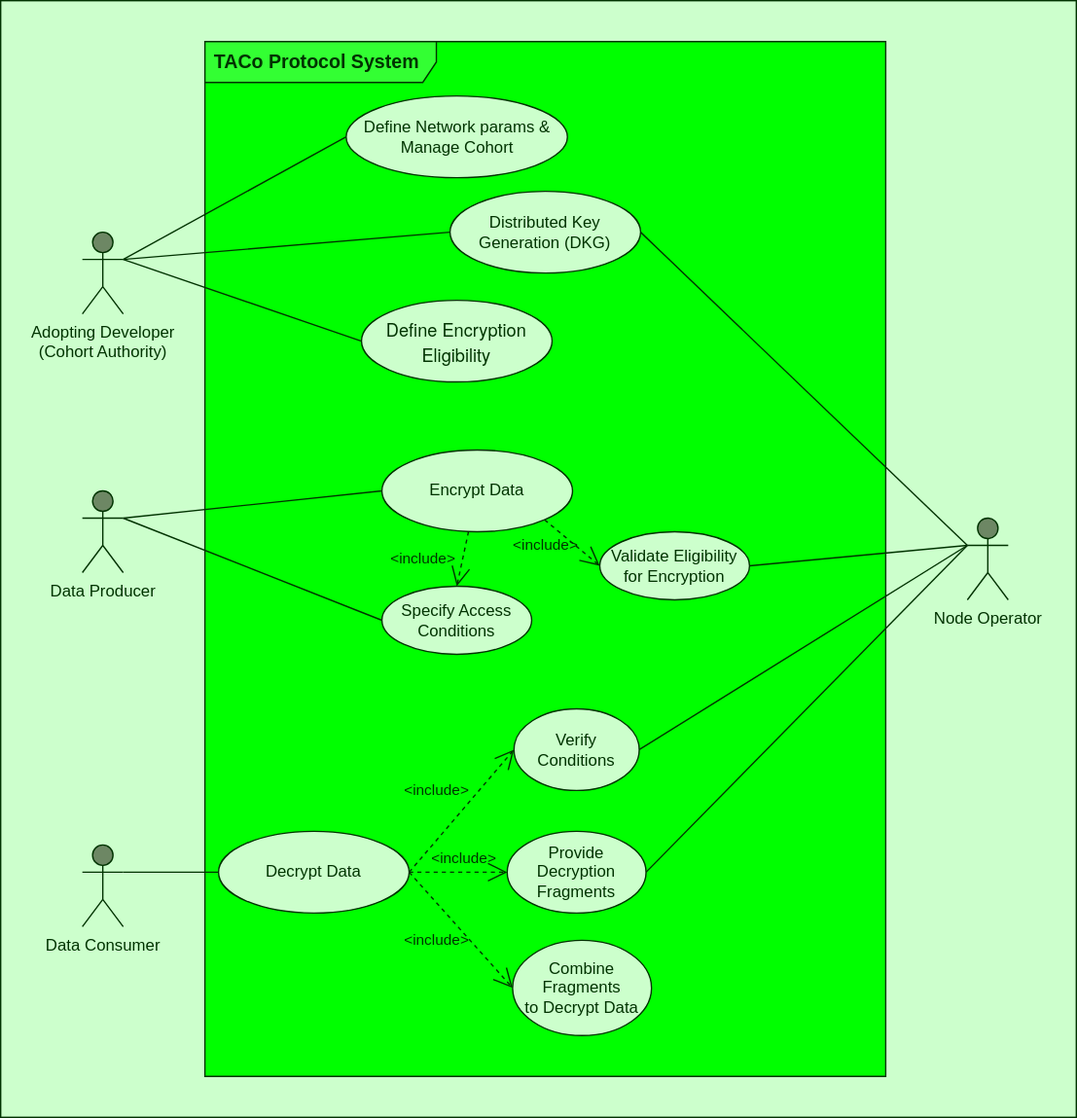
This is .gitbook/assets/architecture/use-case-diagram.svg from nucypher/taco-docs, a draw.io export, as it was before one commit. Source tidied: cells renumbered, new cells last; positions are measured from the earlier drawing's top-left corner, leaving out a move shared by most shapes.
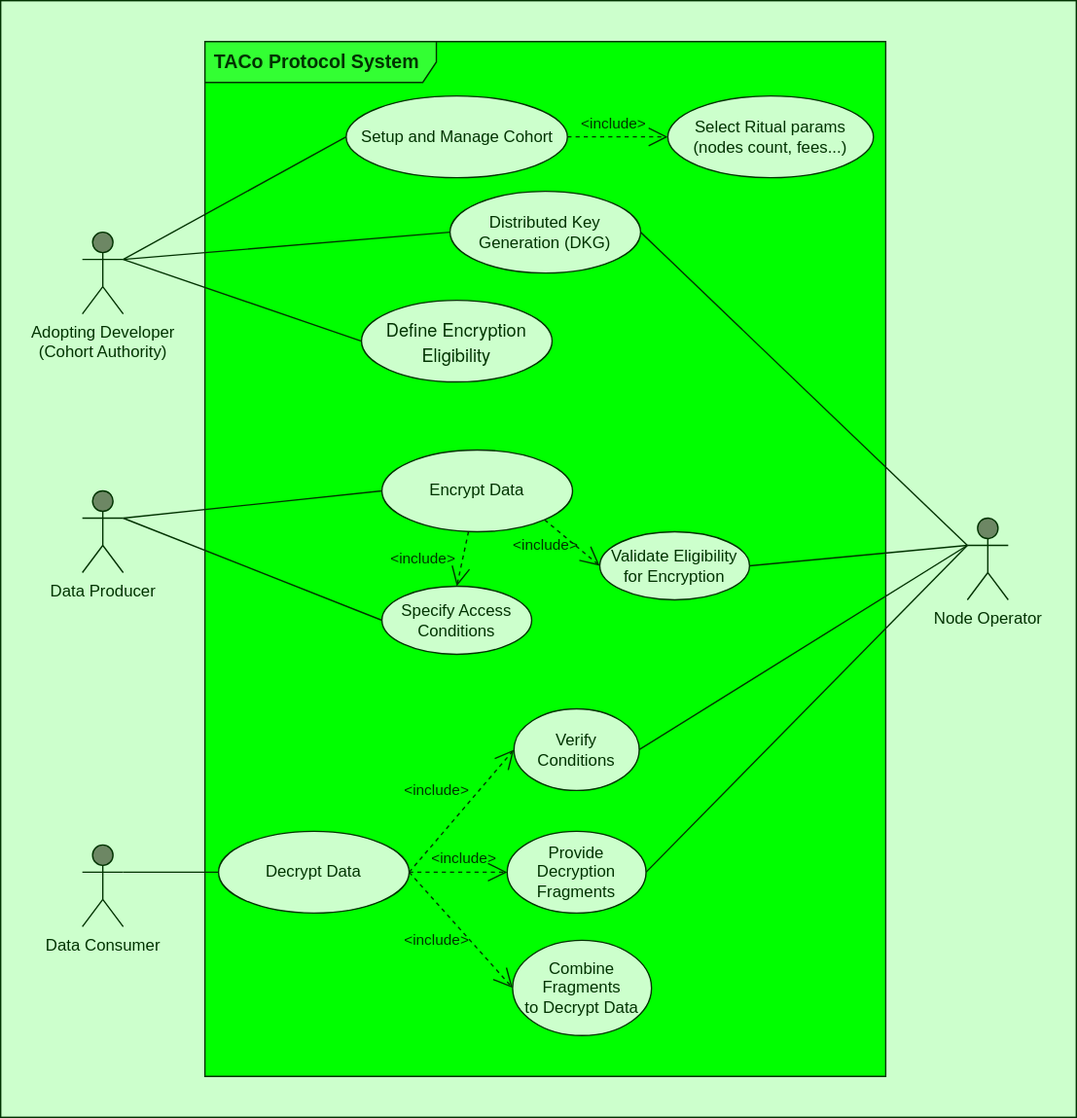
The same diagram one commit later.

Commit message:
enhance the diagrams according to reviews

Diff of the diagram source:
```diff
@@ -23,7 +23,7 @@
     <mxCell id="8" value="Distributed Key Generation (DKG)" style="ellipse;whiteSpace=wrap;html=1;strokeColor=#003300;fillColor=#CCFFCC;fontColor=#003300;labelBackgroundColor=none;labelBorderColor=none;" parent="1" vertex="1">
       <mxGeometry x="330" y="140" width="140" height="60" as="geometry" />
     </mxCell>
-    <mxCell id="9" value="Define Network params &amp;amp; Manage Cohort" style="ellipse;whiteSpace=wrap;html=1;strokeColor=#003300;fillColor=#CCFFCC;fontColor=#003300;labelBackgroundColor=none;labelBorderColor=none;" parent="1" vertex="1">
+    <mxCell id="9" value="Setup and Manage Cohort" style="ellipse;whiteSpace=wrap;html=1;strokeColor=#003300;fillColor=#CCFFCC;fontColor=#003300;labelBackgroundColor=none;labelBorderColor=none;" parent="1" vertex="1">
       <mxGeometry x="253.8" y="70" width="162.5" height="60" as="geometry" />
     </mxCell>
     <mxCell id="10" value="&lt;p style=&quot;margin: 0px; font-variant-numeric: normal; font-variant-east-asian: normal; font-variant-alternates: normal; font-size-adjust: none; font-kerning: auto; font-optical-sizing: auto; font-feature-settings: normal; font-variation-settings: normal; font-variant-position: normal; font-stretch: normal; font-size: 13px; line-height: normal; font-family: &amp;quot;Helvetica Neue&amp;quot;;&quot; class=&quot;p1&quot;&gt;Define Encryption Eligibility&lt;/p&gt;" style="ellipse;whiteSpace=wrap;html=1;strokeColor=#003300;fillColor=#CCFFCC;fontColor=#003300;labelBackgroundColor=none;labelBorderColor=none;align=center;" parent="1" vertex="1">
@@ -97,5 +97,11 @@
         <mxPoint x="-1" as="offset" />
       </mxGeometry>
     </mxCell>
+    <mxCell id="33" value="Select Ritual params&lt;br&gt;(nodes count, fees...)" style="ellipse;whiteSpace=wrap;html=1;strokeColor=#003300;fillColor=#CCFFCC;fontColor=#003300;labelBackgroundColor=none;labelBorderColor=none;" parent="1" vertex="1">
+      <mxGeometry x="490" y="70" width="151" height="60" as="geometry" />
+    </mxCell>
+    <mxCell id="34" value="&amp;lt;include&amp;gt;" style="endArrow=open;endSize=12;dashed=1;html=1;rounded=0;strokeColor=#003300;fontColor=#003300;fillColor=#6d8764;labelBackgroundColor=none;labelBorderColor=none;" parent="1" edge="1" source="9" target="33">
+      <mxGeometry x="-0.08" y="10" relative="1" as="geometry" />
+    </mxCell>
   </root>
 </mxGraphModel>
```
